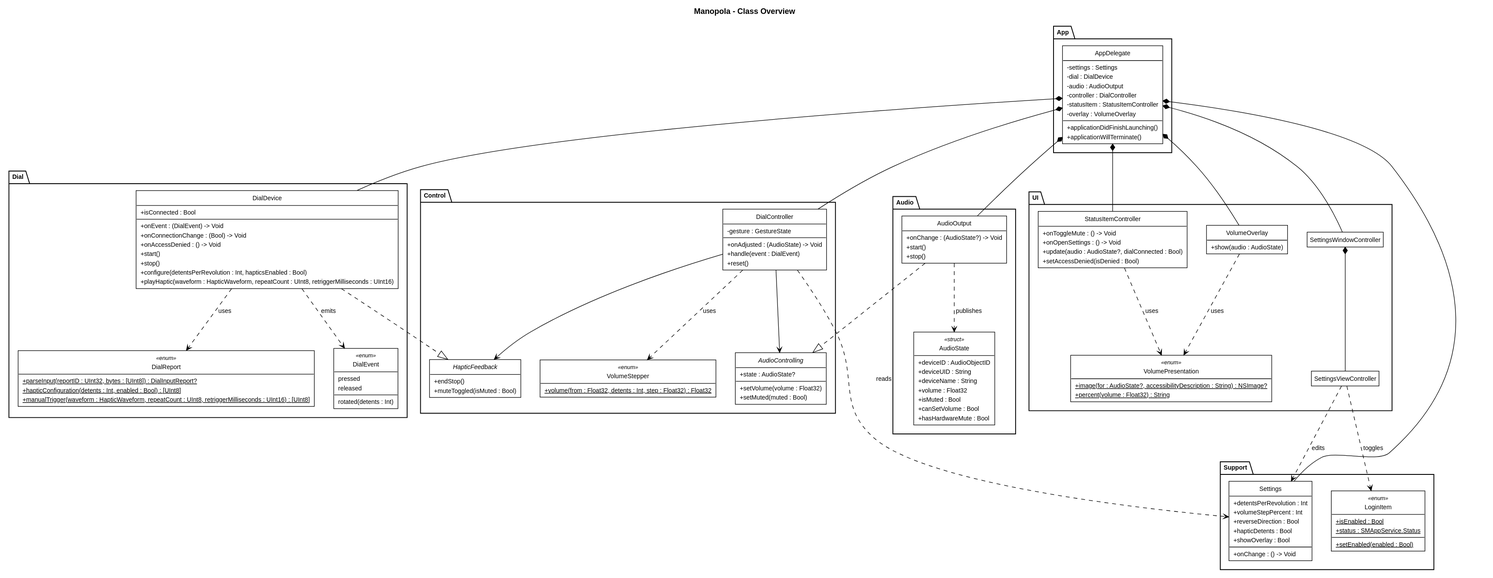
The PlantUML diagram docs/diagrams/class-overview.svg in heikopanjas/feel-the-noize, before a commit.
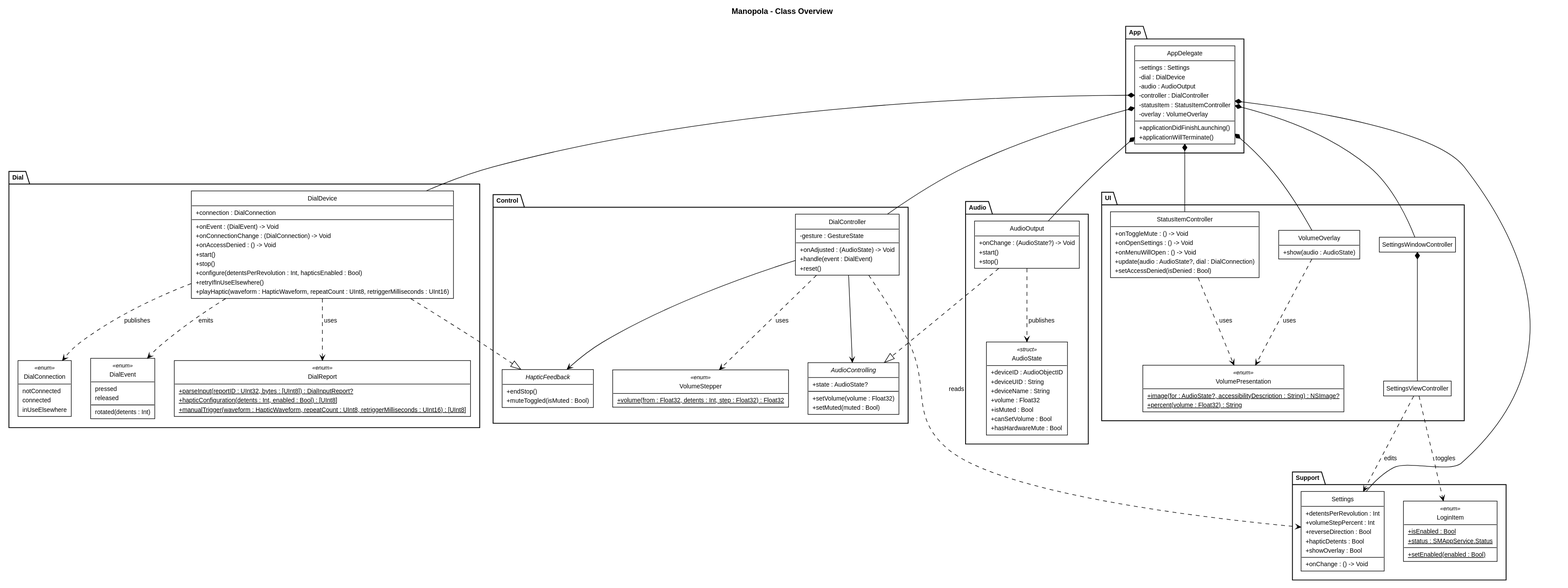
The same diagram one commit later.

Commit message:
fix: detect a Dial held by another process

What changed in the source:
```diff
@@ -19,18 +19,24 @@
 package "Dial" {
     class DialDevice {
         + onEvent : (DialEvent) -> Void
-        + onConnectionChange : (Bool) -> Void
+        + onConnectionChange : (DialConnection) -> Void
         + onAccessDenied : () -> Void
-        + isConnected : Bool
+        + connection : DialConnection
         + start()
         + stop()
         + configure(detentsPerRevolution : Int, hapticsEnabled : Bool)
+        + retryIfInUseElsewhere()
         + playHaptic(waveform : HapticWaveform, repeatCount : UInt8, retriggerMilliseconds : UInt16)
     }
     class DialReport <<enum>> {
         + {static} parseInput(reportID : UInt32, bytes : [UInt8]) : DialInputReport?
         + {static} hapticConfiguration(detents : Int, enabled : Bool) : [UInt8]
         + {static} manualTrigger(waveform : HapticWaveform, repeatCount : UInt8, retriggerMilliseconds : UInt16) : [UInt8]
+    }
+    class DialConnection <<enum>> {
+        notConnected
+        connected
+        inUseElsewhere
     }
     class DialEvent <<enum>> {
         rotated(detents : Int)
@@ -81,7 +87,8 @@
     class StatusItemController {
         + onToggleMute : () -> Void
         + onOpenSettings : () -> Void
-        + update(audio : AudioState?, dialConnected : Bool)
+        + onMenuWillOpen : () -> Void
+        + update(audio : AudioState?, dial : DialConnection)
         + setAccessDenied(isDenied : Bool)
     }
     class VolumePresentation <<enum>> {
@@ -120,6 +127,7 @@
 
 DialDevice ..> DialReport : uses
 DialDevice ..> DialEvent : emits
+DialDevice ..> DialConnection : publishes
 DialDevice ..|> HapticFeedback
 AudioOutput ..|> AudioControlling
 AudioOutput ..> AudioState : publishes
```
